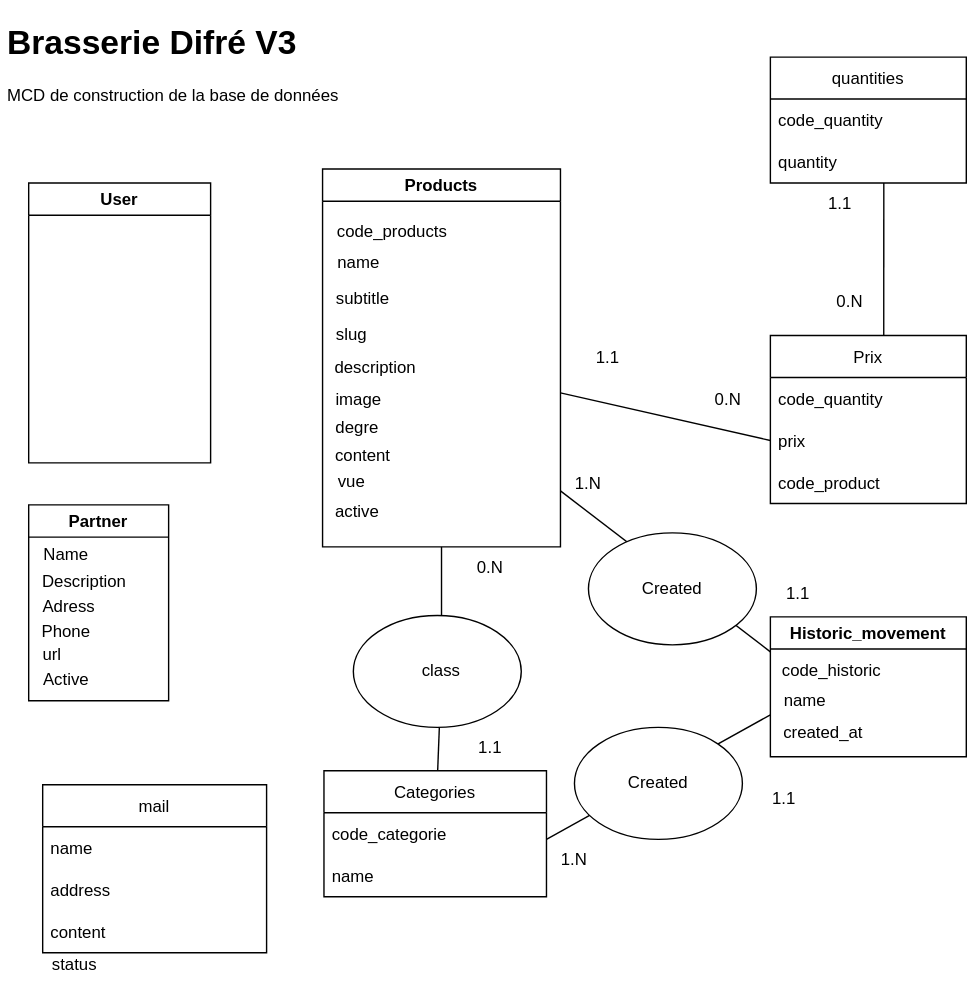
Earlier version of the draw.io export sources/mcd.drawio.svg (maitrecanard/brasseriedifre_v3). Source tidied: cells renumbered, new cells last; positions are measured from the earlier drawing's top-left corner, leaving out a move shared by most shapes.
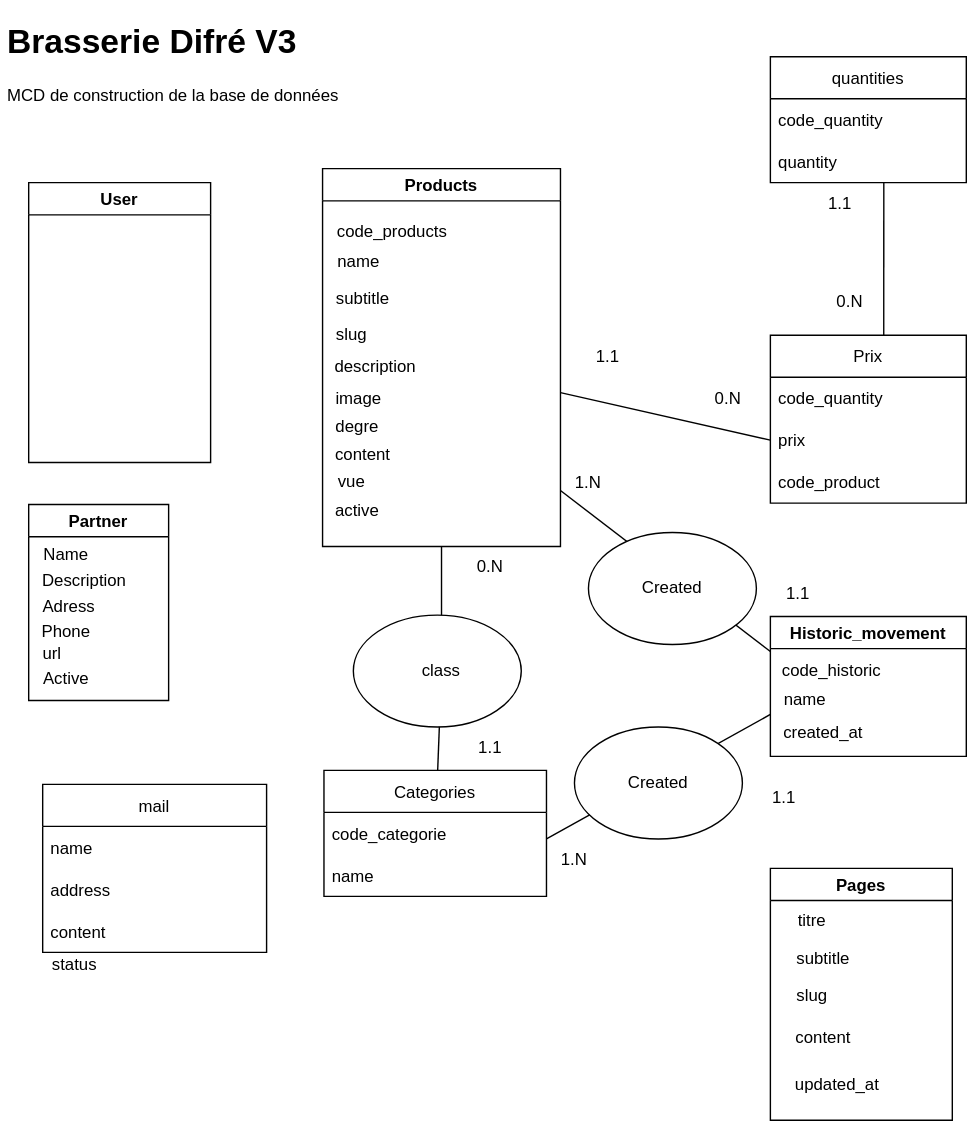
The same file after the commit.

The edit, as a diff of the source:
```diff
@@ -189,5 +189,23 @@
     <mxCell id="60" value="status" style="text;strokeColor=none;fillColor=none;align=left;verticalAlign=middle;spacingLeft=4;spacingRight=4;overflow=hidden;" parent="1" vertex="1">
       <mxGeometry x="31" y="663" width="160" height="30" as="geometry" />
     </mxCell>
+    <mxCell id="61" value="Pages" style="swimlane;" parent="1" vertex="1">
+      <mxGeometry x="550" y="610" width="130" height="180" as="geometry" />
+    </mxCell>
+    <mxCell id="62" value="titre" style="text;html=1;strokeColor=none;fillColor=none;align=center;verticalAlign=middle;whiteSpace=wrap;rounded=0;" parent="61" vertex="1">
+      <mxGeometry y="23" width="60" height="30" as="geometry" />
+    </mxCell>
+    <mxCell id="63" value="subtitle" style="text;html=1;strokeColor=none;fillColor=none;align=center;verticalAlign=middle;whiteSpace=wrap;rounded=0;" parent="61" vertex="1">
+      <mxGeometry x="8" y="50" width="60" height="30" as="geometry" />
+    </mxCell>
+    <mxCell id="64" value="slug" style="text;html=1;strokeColor=none;fillColor=none;align=center;verticalAlign=middle;whiteSpace=wrap;rounded=0;" parent="61" vertex="1">
+      <mxGeometry y="76" width="60" height="30" as="geometry" />
+    </mxCell>
+    <mxCell id="65" value="content" style="text;html=1;strokeColor=none;fillColor=none;align=center;verticalAlign=middle;whiteSpace=wrap;rounded=0;" parent="61" vertex="1">
+      <mxGeometry x="8" y="106" width="60" height="30" as="geometry" />
+    </mxCell>
+    <mxCell id="66" value="updated_at" style="text;html=1;strokeColor=none;fillColor=none;align=center;verticalAlign=middle;whiteSpace=wrap;rounded=0;" parent="61" vertex="1">
+      <mxGeometry x="18" y="140" width="60" height="30" as="geometry" />
+    </mxCell>
   </root>
 </mxGraphModel>
```
